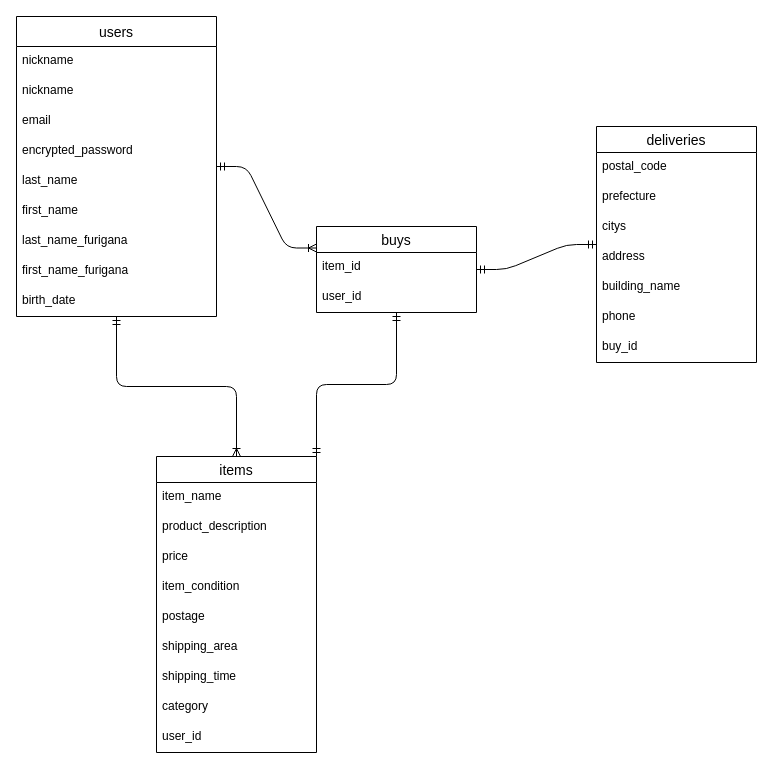
Above: furima.dio in MaaaaaaaSa/furima-37961 (draw.io), before the change. Source tidied: cells renumbered, new cells numbered last; positions are measured from the earlier drawing's top-left corner, leaving out a move shared by most shapes. Both pictures are drawn from the tidied source at 100%, with x=0, y=0 at pixel (16, 16).
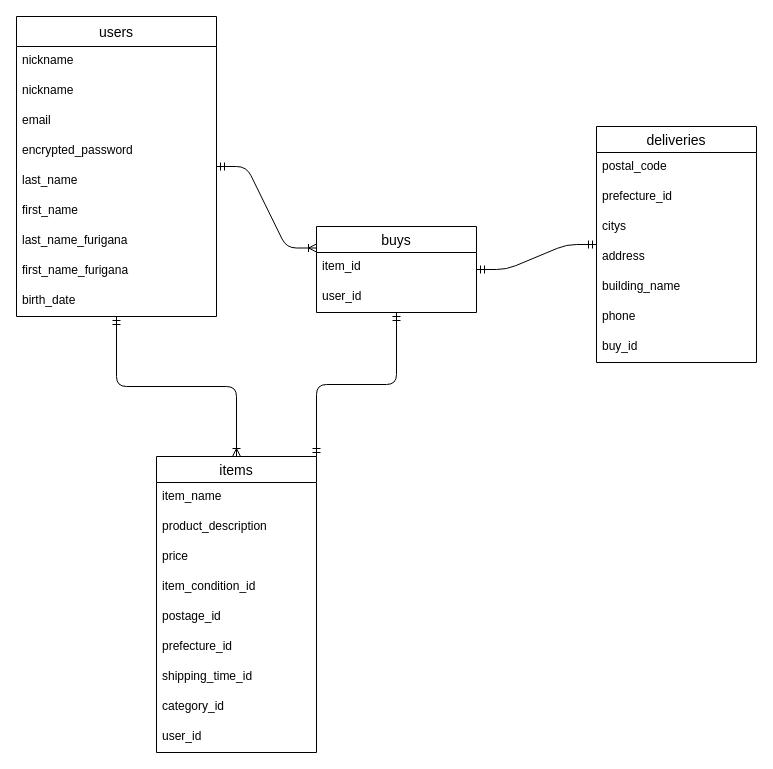
After the change.

Commit message:
カラム名の修正

The change refers to these unchanged cells:
```xml
<mxCell id="12" value="items" style="swimlane;fontStyle=0;horizontal=1;startSize=26;align=center;fontSize=14;" parent="1" vertex="1">
  <mxGeometry x="140" y="440" width="160" height="296" as="geometry" />
</mxCell>
<mxCell id="22" value="deliveries" style="swimlane;fontStyle=0;horizontal=1;startSize=26;align=center;fontSize=14;fontColor=default;" parent="1" vertex="1">
  <mxGeometry x="580" y="110" width="160" height="236" as="geometry" />
</mxCell>
```

The edit, as a diff of the source:
```diff
@@
-    <mxCell id="16" value="item_condition" style="text;strokeColor=none;fillColor=none;spacingLeft=4;spacingRight=4;overflow=hidden;fontSize=12;" parent="12" vertex="1">
+    <mxCell id="16" value="item_condition_id" style="text;strokeColor=none;fillColor=none;spacingLeft=4;spacingRight=4;overflow=hidden;fontSize=12;" parent="12" vertex="1">
       <mxGeometry y="116" width="160" height="30" as="geometry" />
     </mxCell>
-    <mxCell id="17" value="postage" style="text;strokeColor=none;fillColor=none;spacingLeft=4;spacingRight=4;overflow=hidden;fontSize=12;" parent="12" vertex="1">
+    <mxCell id="17" value="postage_id" style="text;strokeColor=none;fillColor=none;spacingLeft=4;spacingRight=4;overflow=hidden;fontSize=12;" parent="12" vertex="1">
       <mxGeometry y="146" width="160" height="30" as="geometry" />
     </mxCell>
-    <mxCell id="18" value="shipping_area" style="text;strokeColor=none;fillColor=none;spacingLeft=4;spacingRight=4;overflow=hidden;fontSize=12;" parent="12" vertex="1">
+    <mxCell id="18" value="prefecture_id" style="text;strokeColor=none;fillColor=none;spacingLeft=4;spacingRight=4;overflow=hidden;fontSize=12;" parent="12" vertex="1">
       <mxGeometry y="176" width="160" height="30" as="geometry" />
     </mxCell>
-    <mxCell id="19" value="shipping_time" style="text;strokeColor=none;fillColor=none;spacingLeft=4;spacingRight=4;overflow=hidden;fontSize=12;" parent="12" vertex="1">
+    <mxCell id="19" value="shipping_time_id" style="text;strokeColor=none;fillColor=none;spacingLeft=4;spacingRight=4;overflow=hidden;fontSize=12;" parent="12" vertex="1">
       <mxGeometry y="206" width="160" height="30" as="geometry" />
     </mxCell>
-    <mxCell id="20" value="category" style="text;strokeColor=none;fillColor=none;spacingLeft=4;spacingRight=4;overflow=hidden;fontSize=12;" parent="12" vertex="1">
+    <mxCell id="20" value="category_id" style="text;strokeColor=none;fillColor=none;spacingLeft=4;spacingRight=4;overflow=hidden;fontSize=12;" parent="12" vertex="1">
       <mxGeometry y="236" width="160" height="30" as="geometry" />
     </mxCell>
@@
-    <mxCell id="24" value="prefecture" style="text;strokeColor=none;fillColor=none;spacingLeft=4;spacingRight=4;overflow=hidden;fontSize=12;fontColor=default;" parent="22" vertex="1">
+    <mxCell id="24" value="prefecture_id" style="text;strokeColor=none;fillColor=none;spacingLeft=4;spacingRight=4;overflow=hidden;fontSize=12;fontColor=default;" parent="22" vertex="1">
       <mxGeometry y="56" width="160" height="30" as="geometry" />
     </mxCell>
```
